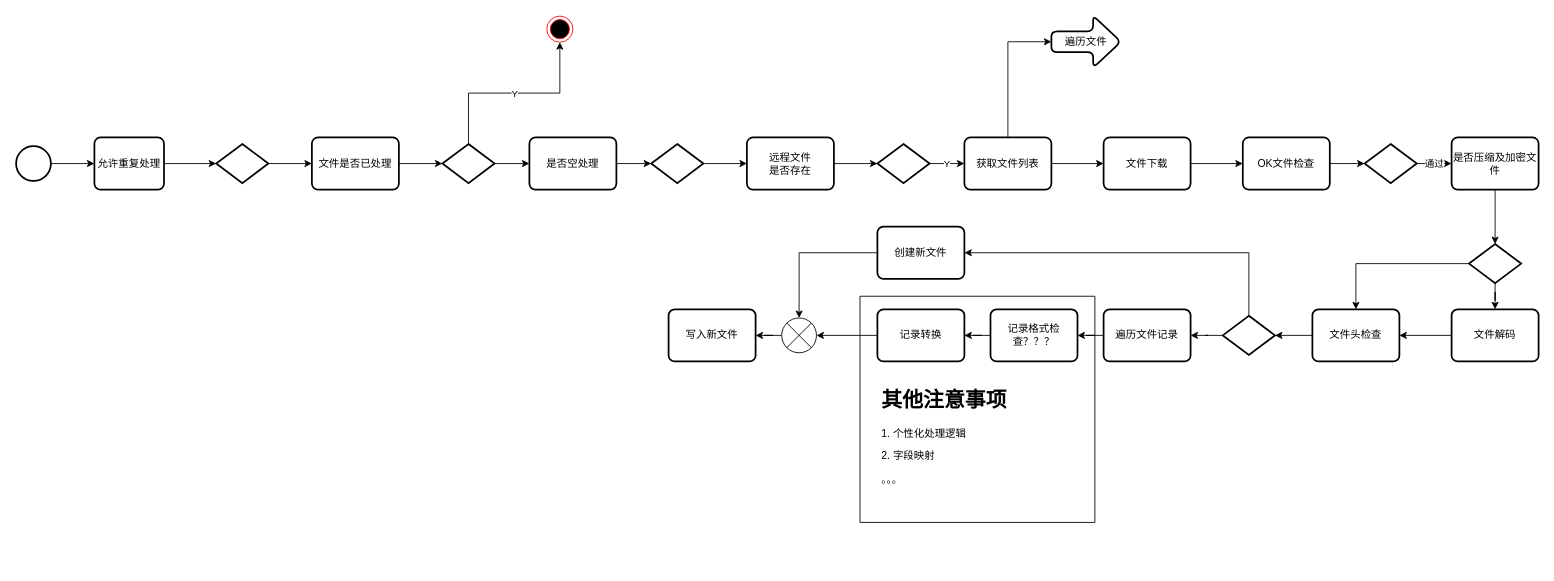
ZhengweiHou/simplegit keeps this draw.io diagram as page "Page-5" (5 of 5) of diagrams.net/DDDtest.drawio. Above is the earlier version. Source tidied: cells renumbered, new cells numbered last; positions are measured from the earlier drawing's top-left corner, leaving out a move shared by most shapes. Both pictures are drawn from the tidied source at 87%, with x=0, y=0 at pixel (16, 16).
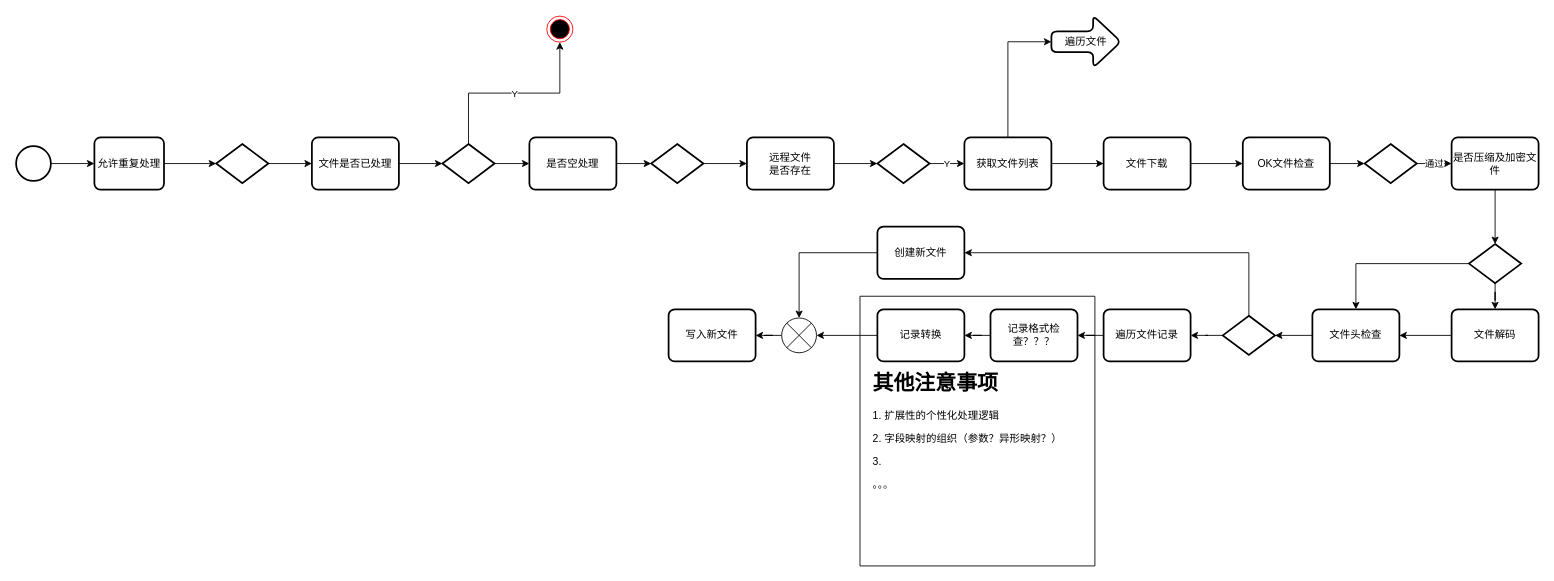
Above is the later version.

What changed in the source:
```diff
@@
     <mxCell id="56" style="verticalLabelPosition=bottom;verticalAlign=top;html=1;shape=mxgraph.basic.rect;fillColor2=none;strokeWidth=1;size=20;indent=5;fillColor=none;" parent="55" vertex="1">
-      <mxGeometry x="970" y="322" width="270" height="260" as="geometry" />
+      <mxGeometry x="970" y="322" width="270" height="310" as="geometry" />
     </mxCell>
-    <mxCell id="57" value="&lt;h1&gt;其他注意事项&lt;br&gt;&lt;/h1&gt;&lt;p&gt;1. 个性化处理逻辑&lt;/p&gt;&lt;p&gt;2. 字段映射&lt;/p&gt;&lt;p&gt;。。。&lt;br&gt;&lt;/p&gt;" style="text;html=1;strokeColor=none;fillColor=none;spacing=5;spacingTop=-20;whiteSpace=wrap;overflow=hidden;rounded=0;" parent="55" vertex="1">
-      <mxGeometry x="990" y="422" width="190" height="120" as="geometry" />
+    <mxCell id="57" value="&lt;h1&gt;其他注意事项&lt;br&gt;&lt;/h1&gt;&lt;p&gt;1. 扩展性的个性化处理逻辑&lt;/p&gt;&lt;p&gt;2. 字段映射的组织（参数？异形映射？）&lt;br&gt;&lt;/p&gt;&lt;p&gt;3. &lt;br&gt;&lt;/p&gt;&lt;p&gt;。。。&lt;br&gt;&lt;/p&gt;" style="text;html=1;strokeColor=none;fillColor=none;spacing=5;spacingTop=-20;whiteSpace=wrap;overflow=hidden;rounded=0;" parent="55" vertex="1">
+      <mxGeometry x="980" y="402" width="250" height="180" as="geometry" />
     </mxCell>
```
